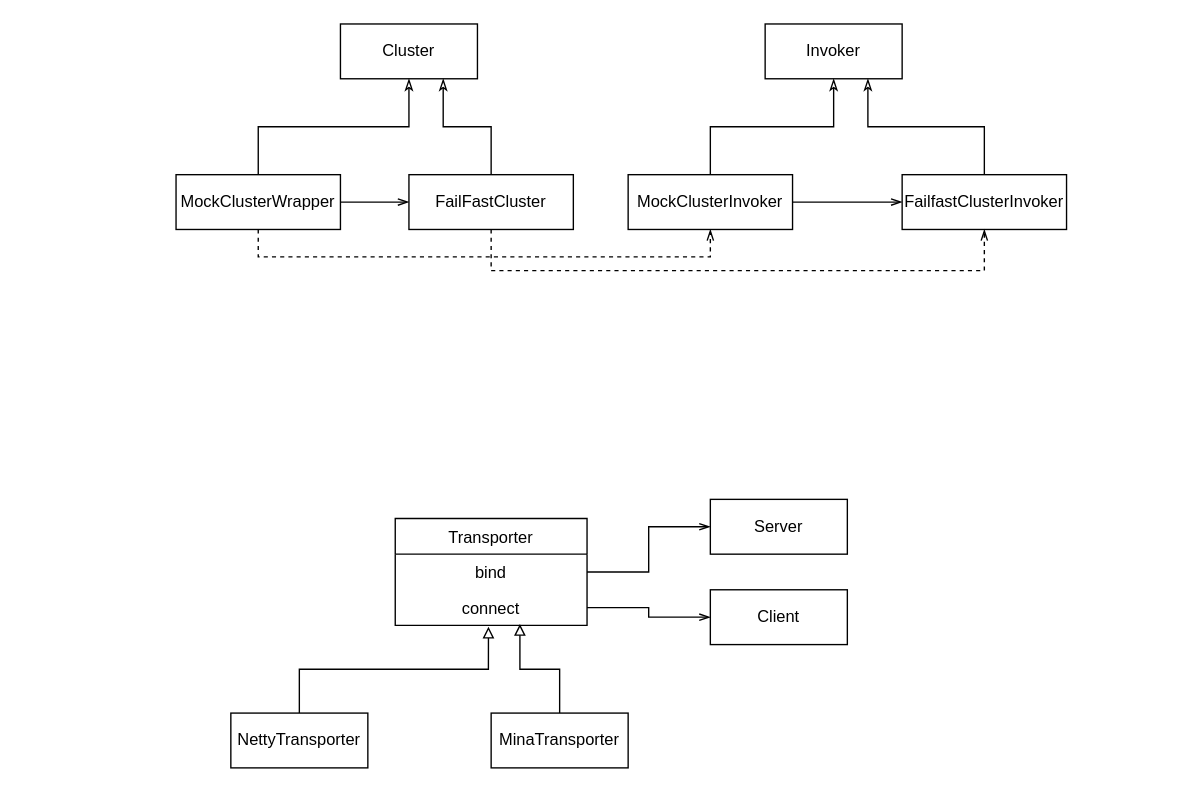
Above: dubbo.drawio in MihirrajDixit/drawio (draw.io), before the change. Source tidied: cells renumbered, new cells numbered last; positions are measured from the earlier drawing's top-left corner, leaving out a move shared by most shapes. Both pictures are drawn from the tidied source at 137%, with x=0, y=0 at pixel (175, 23).
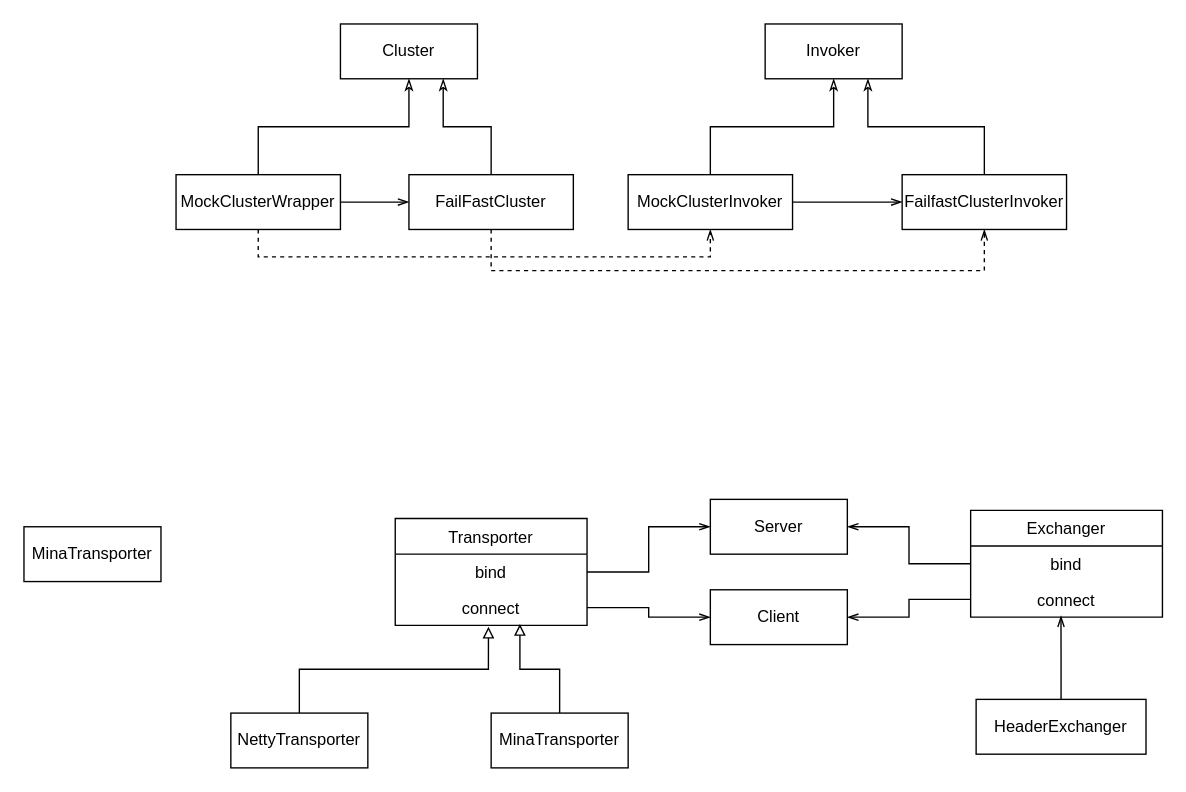
Above is the later version.

Unchanged cells that the change refers to:
```xml
<mxCell id="21" value="Server" style="rounded=0;whiteSpace=wrap;html=1;" parent="1" vertex="1">
  <mxGeometry x="390" y="347" width="100" height="40" as="geometry" />
</mxCell>
<mxCell id="22" value="Client" style="rounded=0;whiteSpace=wrap;html=1;" parent="1" vertex="1">
  <mxGeometry x="390" y="413" width="100" height="40" as="geometry" />
</mxCell>
```

Change to the diagram source:
```diff
@@
+    <mxCell id="27" value="MinaTransporter" style="rounded=0;whiteSpace=wrap;html=1;" parent="1" vertex="1">
+      <mxGeometry x="-111" y="367" width="100" height="40" as="geometry" />
+    </mxCell>
+    <mxCell id="28" value="Exchanger" style="swimlane;fontStyle=0;horizontal=1;startSize=26;fillColor=none;" parent="1" vertex="1">
+      <mxGeometry x="580" y="355" width="140" height="78" as="geometry" />
+    </mxCell>
+    <mxCell id="29" value="bind" style="text;strokeColor=none;fillColor=none;align=center;verticalAlign=top;spacingLeft=4;spacingRight=4;overflow=hidden;points=[[0,0.5],[1,0.5]];portConstraint=eastwest;" parent="28" vertex="1">
+      <mxGeometry y="26" width="140" height="26" as="geometry" />
+    </mxCell>
+    <mxCell id="30" value="connect" style="text;strokeColor=none;fillColor=none;align=center;verticalAlign=top;spacingLeft=4;spacingRight=4;overflow=hidden;points=[[0,0.5],[1,0.5]];portConstraint=eastwest;" parent="28" vertex="1">
+      <mxGeometry y="52" width="140" height="26" as="geometry" />
+    </mxCell>
+    <mxCell id="31" style="edgeStyle=orthogonalEdgeStyle;rounded=0;jettySize=auto;html=1;exitX=0;exitY=0.5;exitDx=0;exitDy=0;entryX=1;entryY=0.5;entryDx=0;entryDy=0;endArrow=openThin;endFill=0;" parent="1" edge="1" source="29" target="21">
+      <mxGeometry relative="1" as="geometry" />
+    </mxCell>
+    <mxCell id="32" style="edgeStyle=orthogonalEdgeStyle;rounded=0;jettySize=auto;html=1;exitX=0;exitY=0.5;exitDx=0;exitDy=0;entryX=1;entryY=0.5;entryDx=0;entryDy=0;endArrow=openThin;endFill=0;" parent="1" edge="1" source="30" target="22">
+      <mxGeometry relative="1" as="geometry" />
+    </mxCell>
+    <mxCell id="33" style="edgeStyle=orthogonalEdgeStyle;rounded=0;jettySize=auto;html=1;exitX=0.5;exitY=0;exitDx=0;exitDy=0;entryX=0.471;entryY=0.962;entryDx=0;entryDy=0;entryPerimeter=0;endArrow=openThin;endFill=0;" parent="1" edge="1" source="34" target="30">
+      <mxGeometry relative="1" as="geometry" />
+    </mxCell>
+    <mxCell id="34" value="HeaderExchanger" style="rounded=0;whiteSpace=wrap;html=1;" parent="1" vertex="1">
+      <mxGeometry x="584" y="493" width="124" height="40" as="geometry" />
+    </mxCell>
```
